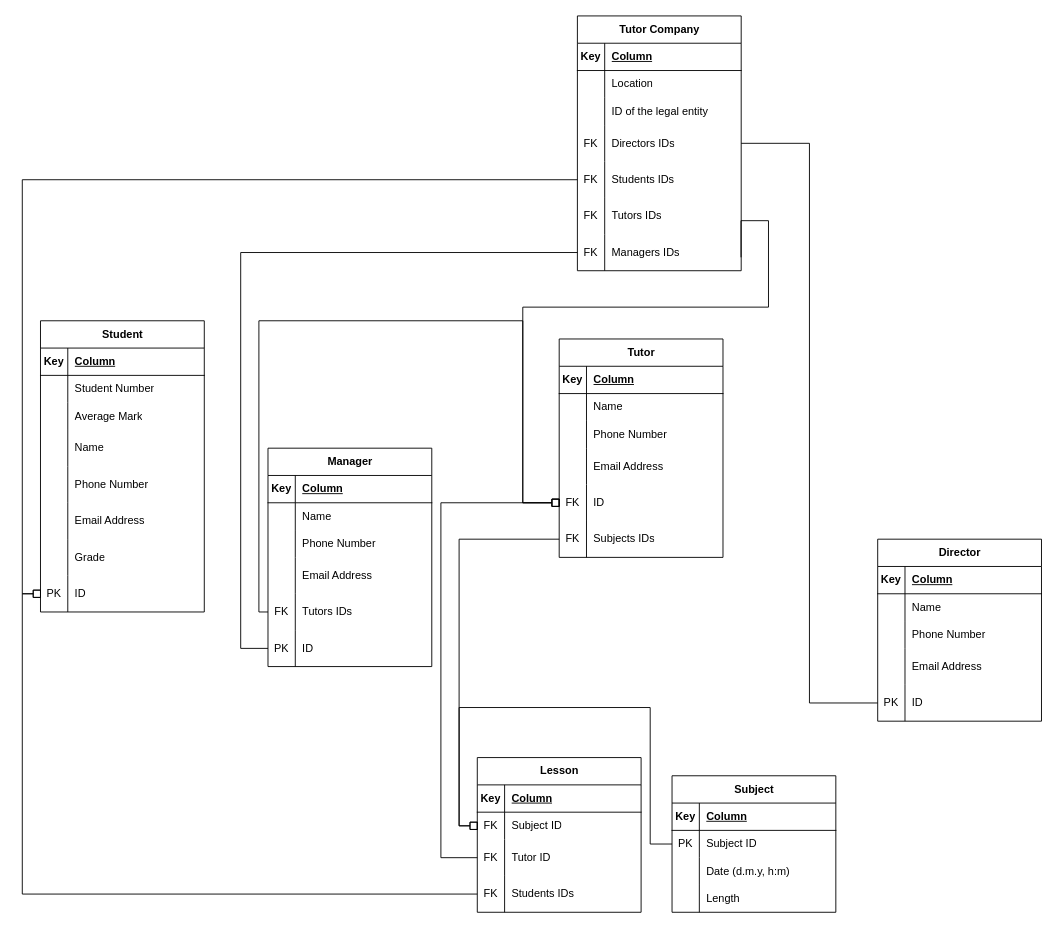
H0p1ty/data_bases keeps this draw.io diagram as er_diagramm.drawio. Above is the earlier version. Source tidied: cells renumbered, new cells numbered last; positions are measured from the earlier drawing's top-left corner, leaving out a move shared by most shapes. Both pictures are drawn from the tidied source at 91%, with x=0, y=0 at pixel (22, 15).
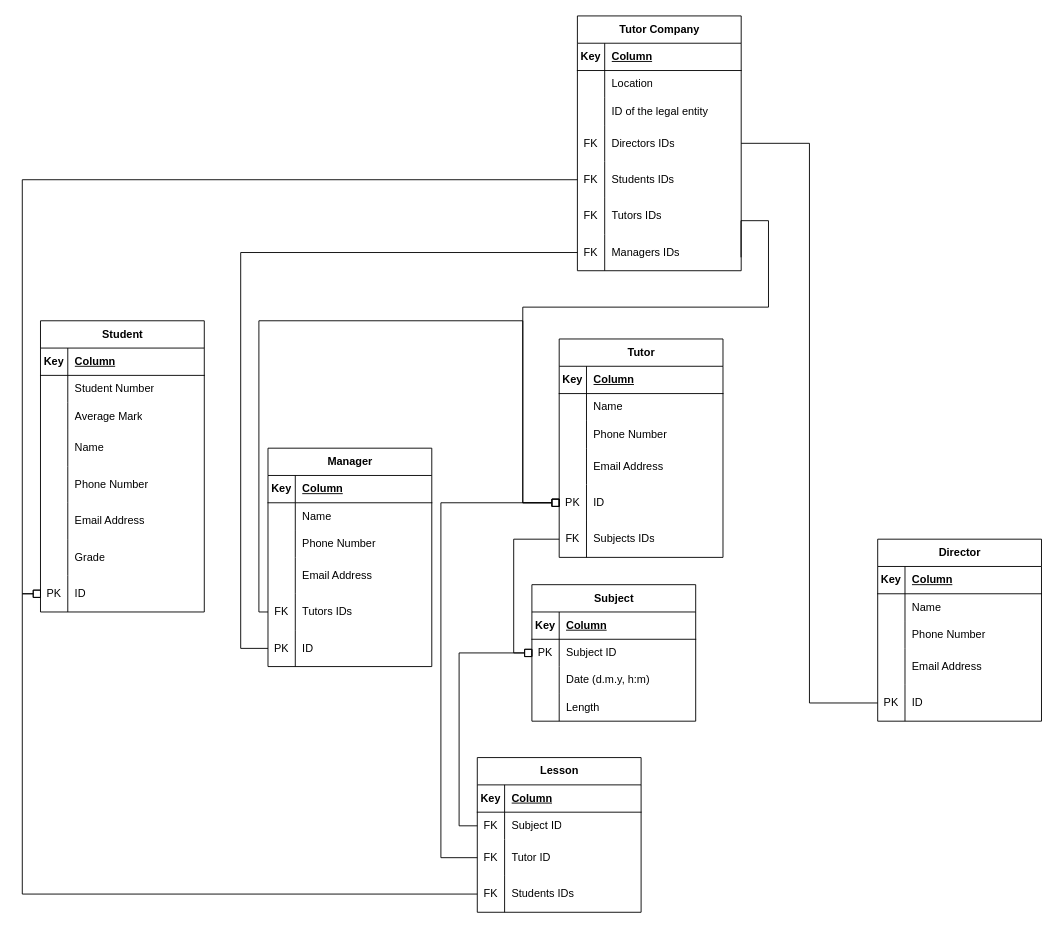
The same diagram, later.

Unchanged cells that the change refers to:
```xml
<mxCell id="57" style="shape=tableRow;horizontal=0;startSize=0;swimlaneHead=0;swimlaneBody=0;fillColor=none;points=[[0,0.5],[1,0.5]];portConstraint=eastwest;top=0;left=0;right=0;bottom=0;" parent="44" vertex="1">
  <mxGeometry y="160" width="180" height="40" as="geometry" />
</mxCell>
<mxCell id="60" style="shape=tableRow;horizontal=0;startSize=0;swimlaneHead=0;swimlaneBody=0;fillColor=none;points=[[0,0.5],[1,0.5]];portConstraint=eastwest;top=0;left=0;right=0;bottom=0;" parent="44" vertex="1">
  <mxGeometry y="200" width="180" height="40" as="geometry" />
</mxCell>
<mxCell id="67" style="shape=tableRow;horizontal=0;startSize=0;swimlaneHead=0;swimlaneBody=0;fillColor=none;points=[[0,0.5],[1,0.5]];portConstraint=eastwest;top=0;left=0;right=0;bottom=0;" parent="63" vertex="1">
  <mxGeometry y="60" width="180" height="30" as="geometry" />
</mxCell>
<mxCell id="105" style="shape=tableRow;horizontal=0;startSize=0;swimlaneHead=0;swimlaneBody=0;fillColor=none;points=[[0,0.5],[1,0.5]];portConstraint=eastwest;top=0;left=0;right=0;bottom=0;" parent="101" vertex="1">
  <mxGeometry y="60" width="180" height="30" as="geometry" />
</mxCell>
```

Diff of the diagram source:
```diff
@@
-    <mxCell id="3" style="edgeStyle=orthogonalEdgeStyle;rounded=0;jettySize=auto;html=1;exitX=0;exitY=0.5;exitDx=0;exitDy=0;entryX=0;entryY=0.5;entryDx=0;entryDy=0;endArrow=box;endFill=0;" parent="1" edge="1" source="60" target="67">
-      <mxGeometry relative="1" as="geometry">
-        <Array as="points">
-          <mxPoint x="480" y="575" />
-          <mxPoint x="480" y="890" />
-        </Array>
-      </mxGeometry>
-    </mxCell>
@@
-    <mxCell id="58" value="FK" style="shape=partialRectangle;fillColor=none;top=0;left=0;bottom=0;right=0;overflow=hidden;whiteSpace=wrap;html=1;" parent="57" vertex="1">
+    <mxCell id="58" value="PK" style="shape=partialRectangle;fillColor=none;top=0;left=0;bottom=0;right=0;overflow=hidden;whiteSpace=wrap;html=1;" parent="57" vertex="1">
       <mxGeometry width="30" height="40" as="geometry" />
     </mxCell>
@@
     <mxCell id="101" value="Subject" style="shape=table;startSize=30;childLayout=tableLayout;rowLines=0;fontStyle=1;align=center;html=1;" parent="1" vertex="1">
-      <mxGeometry x="714" y="835" width="180" height="150" as="geometry" />
+      <mxGeometry x="560" y="625" width="180" height="150" as="geometry" />
     </mxCell>
@@
-    <mxCell id="115" style="edgeStyle=orthogonalEdgeStyle;rounded=0;jettySize=auto;html=1;endArrow=box;endFill=0;entryX=0;entryY=0.5;entryDx=0;entryDy=0;" parent="1" edge="1" source="105" target="67">
-      <mxGeometry relative="1" as="geometry">
-        <Array as="points">
-          <mxPoint x="690" y="910" />
-          <mxPoint x="690" y="760" />
-          <mxPoint x="480" y="760" />
-          <mxPoint x="480" y="890" />
-        </Array>
-      </mxGeometry>
-    </mxCell>
@@
+    <mxCell id="115" style="edgeStyle=orthogonalEdgeStyle;rounded=0;jettySize=auto;html=1;exitX=0;exitY=0.5;exitDx=0;exitDy=0;entryX=0;entryY=0.5;entryDx=0;entryDy=0;endArrow=none;endFill=0;startArrow=box;startFill=0;" parent="1" edge="1" source="105" target="67">
+      <mxGeometry relative="1" as="geometry" />
+    </mxCell>
+    <mxCell id="138" style="edgeStyle=orthogonalEdgeStyle;rounded=0;jettySize=auto;html=1;exitX=0;exitY=0.5;exitDx=0;exitDy=0;entryX=0;entryY=0.5;entryDx=0;entryDy=0;startArrow=box;startFill=0;endArrow=none;endFill=0;" parent="1" edge="1" source="105" target="60">
+      <mxGeometry relative="1" as="geometry" />
+    </mxCell>
```
